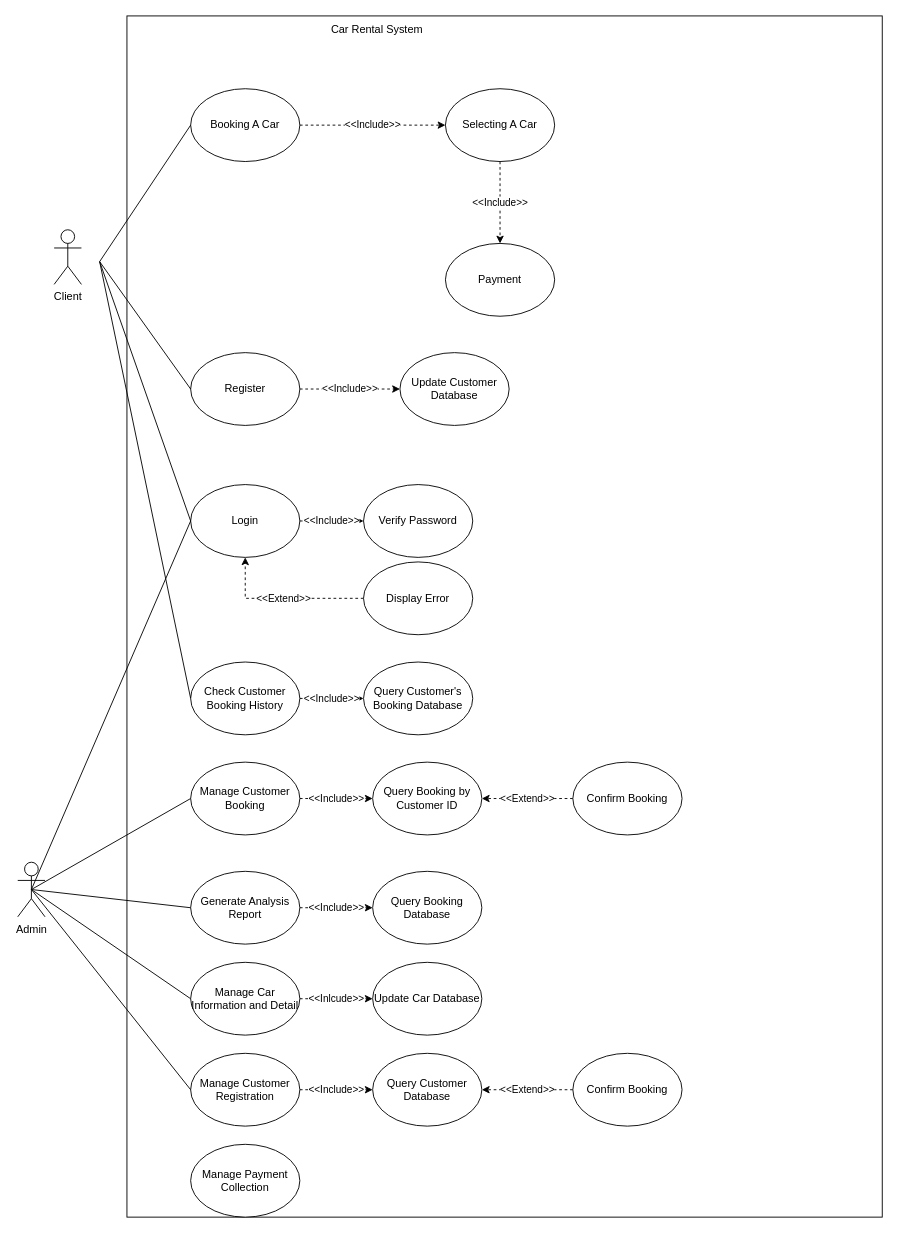
Before: resources/useCaseDiagram.drawio in keyboard-jo/java-project, a draw.io diagram. Source tidied: cells renumbered, new cells numbered last; positions are measured from the earlier drawing's top-left corner, leaving out a move shared by most shapes. Both pictures are drawn from the tidied source at 91%, with x=0, y=0 at pixel (17, 15).
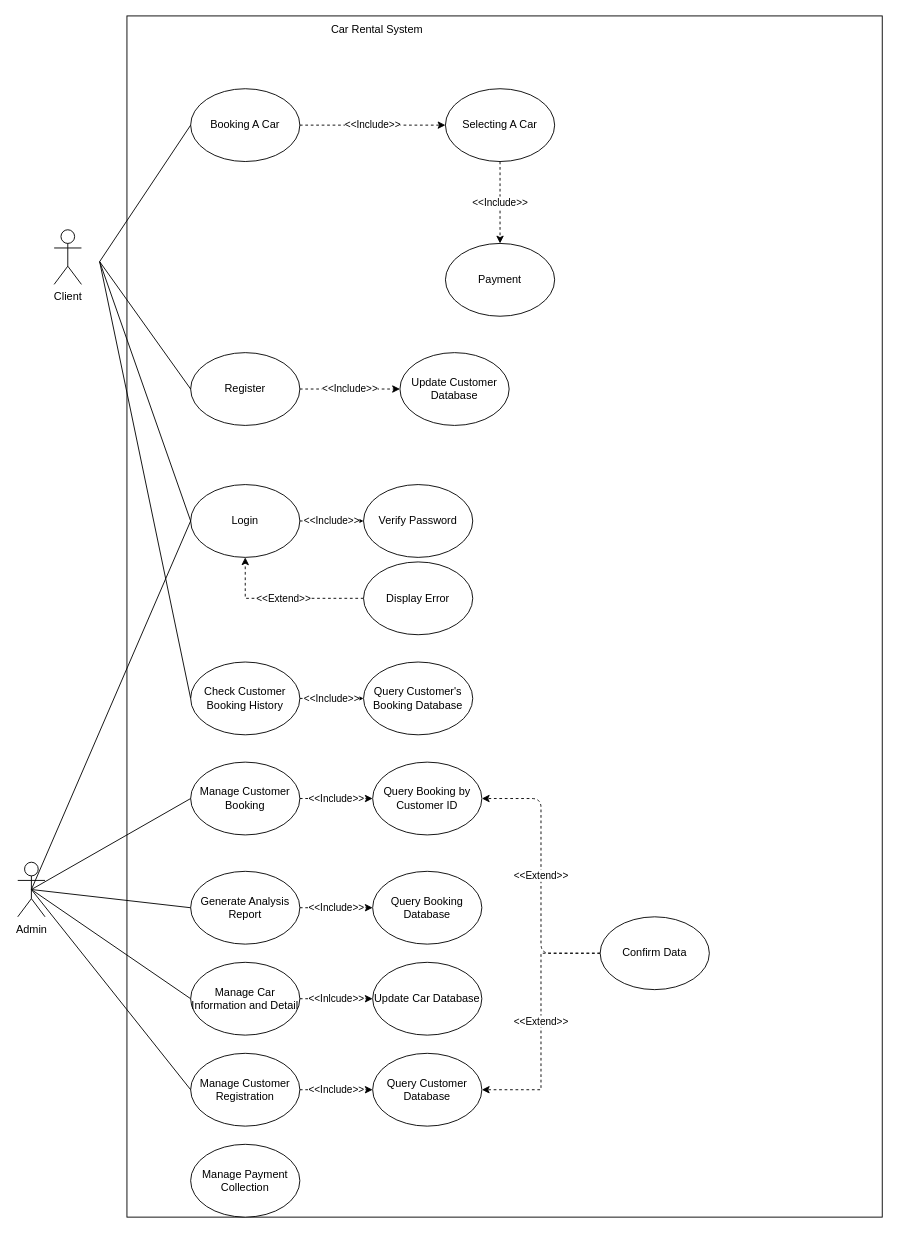
Above is the later version.

The change refers to these unchanged cells:
```xml
<mxCell id="39" value="Query Booking by Customer ID" style="ellipse;whiteSpace=wrap;html=1;" parent="1" vertex="1">
  <mxGeometry x="390" y="820" width="120" height="80" as="geometry" />
</mxCell>
```

What changed in the source:
```diff
@@
-    <mxCell id="42" value="&amp;lt;&amp;lt;Extend&amp;gt;&amp;gt;" style="edgeStyle=orthogonalEdgeStyle;rounded=0;jettySize=auto;html=1;dashed=1;startArrow=none;startFill=0;endArrow=classic;endFill=1;entryX=1;entryY=0.5;entryDx=0;entryDy=0;" parent="1" edge="1" source="43" target="39">
-      <mxGeometry relative="1" as="geometry" />
-    </mxCell>
-    <mxCell id="43" value="Confirm Booking" style="ellipse;whiteSpace=wrap;html=1;" parent="1" vertex="1">
-      <mxGeometry x="610" y="820" width="120" height="80" as="geometry" />
-    </mxCell>
@@
+    <mxCell id="42" value="&amp;lt;&amp;lt;Extend&amp;gt;&amp;gt;" style="edgeStyle=orthogonalEdgeStyle;html=1;entryX=1;entryY=0.5;entryDx=0;entryDy=0;dashed=1;" parent="1" edge="1" source="46" target="39">
+      <mxGeometry relative="1" as="geometry" />
+    </mxCell>
-    <mxCell id="46" value="Confirm Booking" style="ellipse;whiteSpace=wrap;html=1;" parent="1" vertex="1">
-      <mxGeometry x="610" y="1140" width="120" height="80" as="geometry" />
+    <mxCell id="46" value="Confirm Data" style="ellipse;whiteSpace=wrap;html=1;" parent="1" vertex="1">
+      <mxGeometry x="640" y="990" width="120" height="80" as="geometry" />
     </mxCell>
```
